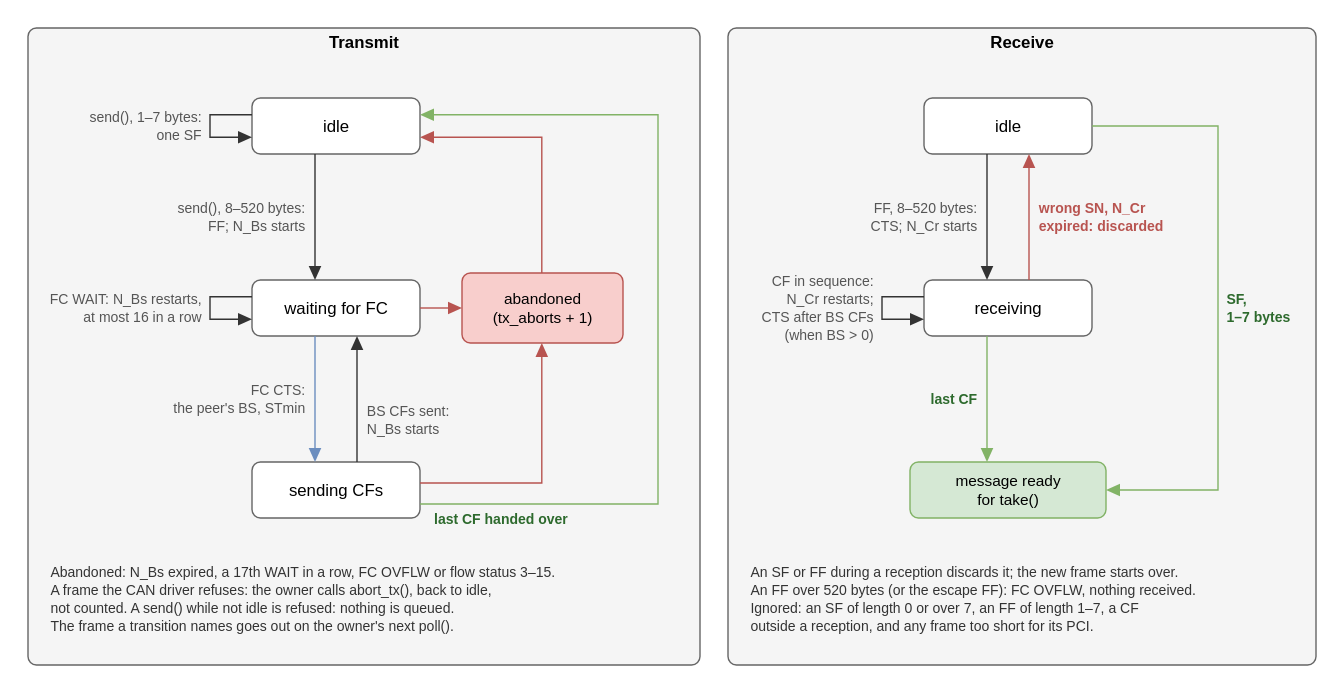
Above: docs/can-tp-states.drawio.svg in MartenH/blobly_emb (draw.io), before the change. Source tidied: cells renumbered, new cells last; positions are measured from the earlier drawing's top-left corner, leaving out a move shared by most shapes. The source it was exported from:
```xml
<mxGraphModel background="#ffffff">
  <root>
    <mxCell id="0" />
    <mxCell id="1" parent="0" />
    <mxCell id="2" value="Transmit" style="rounded=1;absoluteArcSize=1;arcSize=12;html=0;whiteSpace=wrap;fillColor=#f5f5f5;strokeColor=#666666;fontSize=12;fontColor=#000000;fontStyle=1;verticalAlign=top;spacingTop=2;" parent="1" vertex="1">
      <mxGeometry width="480" height="455" as="geometry" />
    </mxCell>
    <mxCell id="3" value="idle" style="rounded=1;absoluteArcSize=1;arcSize=12;html=0;whiteSpace=wrap;fillColor=#ffffff;strokeColor=#666666;fontSize=12;fontColor=#000000;" parent="1" vertex="1">
      <mxGeometry x="160" y="50" width="120" height="40" as="geometry" />
    </mxCell>
    <mxCell id="4" value="waiting for FC" style="rounded=1;absoluteArcSize=1;arcSize=12;html=0;whiteSpace=wrap;fillColor=#ffffff;strokeColor=#666666;fontSize=12;fontColor=#000000;" parent="1" vertex="1">
      <mxGeometry x="160" y="180" width="120" height="40" as="geometry" />
    </mxCell>
    <mxCell id="5" value="sending CFs" style="rounded=1;absoluteArcSize=1;arcSize=12;html=0;whiteSpace=wrap;fillColor=#ffffff;strokeColor=#666666;fontSize=12;fontColor=#000000;" parent="1" vertex="1">
      <mxGeometry x="160" y="310" width="120" height="40" as="geometry" />
    </mxCell>
    <mxCell id="6" value="abandoned&#10;(tx_aborts + 1)" style="rounded=1;absoluteArcSize=1;arcSize=12;html=0;whiteSpace=wrap;fillColor=#f8cecc;strokeColor=#b85450;fontSize=11;fontColor=#000000;" parent="1" vertex="1">
      <mxGeometry x="310" y="175" width="115" height="50" as="geometry" />
    </mxCell>
    <mxCell id="7" style="edgeStyle=none;html=0;rounded=0;strokeColor=#333333;endArrow=block;endFill=1;endSize=8;" parent="1" edge="1">
      <mxGeometry relative="1" as="geometry">
        <mxPoint x="160" y="62" as="sourcePoint" />
        <mxPoint x="160" y="78" as="targetPoint" />
        <Array as="points">
          <mxPoint x="130" y="62" />
          <mxPoint x="130" y="78" />
        </Array>
      </mxGeometry>
    </mxCell>
    <mxCell id="8" value="send(), 1–7 bytes:&#10;one SF" style="text;html=0;strokeColor=none;fillColor=none;align=right;verticalAlign=middle;fontSize=10;fontColor=#555555;spacingLeft=0;spacingTop=0;" parent="1" vertex="1">
      <mxGeometry x="10" y="56" width="114" height="28" as="geometry" />
    </mxCell>
    <mxCell id="9" style="edgeStyle=none;html=0;rounded=0;strokeColor=#333333;endArrow=block;endFill=1;endSize=8;" parent="1" edge="1">
      <mxGeometry relative="1" as="geometry">
        <mxPoint x="205" y="90" as="sourcePoint" />
        <mxPoint x="205" y="180" as="targetPoint" />
      </mxGeometry>
    </mxCell>
    <mxCell id="10" value="send(), 8–520 bytes:&#10;FF; N_Bs starts" style="text;html=0;strokeColor=none;fillColor=none;align=right;verticalAlign=middle;fontSize=10;fontColor=#555555;spacingLeft=0;spacingTop=0;" parent="1" vertex="1">
      <mxGeometry x="60" y="121" width="138" height="28" as="geometry" />
    </mxCell>
    <mxCell id="11" style="edgeStyle=none;html=0;rounded=0;strokeColor=#333333;endArrow=block;endFill=1;endSize=8;" parent="1" edge="1">
      <mxGeometry relative="1" as="geometry">
        <mxPoint x="160" y="192" as="sourcePoint" />
        <mxPoint x="160" y="208" as="targetPoint" />
        <Array as="points">
          <mxPoint x="130" y="192" />
          <mxPoint x="130" y="208" />
        </Array>
      </mxGeometry>
    </mxCell>
    <mxCell id="12" value="FC WAIT: N_Bs restarts,&#10;at most 16 in a row" style="text;html=0;strokeColor=none;fillColor=none;align=right;verticalAlign=middle;fontSize=10;fontColor=#555555;spacingLeft=0;spacingTop=0;" parent="1" vertex="1">
      <mxGeometry x="10" y="186" width="114" height="28" as="geometry" />
    </mxCell>
    <mxCell id="13" style="edgeStyle=none;html=0;rounded=0;strokeColor=#6c8ebf;endArrow=block;endFill=1;endSize=8;" parent="1" edge="1">
      <mxGeometry relative="1" as="geometry">
        <mxPoint x="205" y="220" as="sourcePoint" />
        <mxPoint x="205" y="310" as="targetPoint" />
      </mxGeometry>
    </mxCell>
    <mxCell id="14" value="FC CTS:&#10;the peer's BS, STmin" style="text;html=0;strokeColor=none;fillColor=none;align=right;verticalAlign=middle;fontSize=10;fontColor=#555555;spacingLeft=0;spacingTop=0;" parent="1" vertex="1">
      <mxGeometry x="60" y="251" width="138" height="28" as="geometry" />
    </mxCell>
    <mxCell id="15" style="edgeStyle=none;html=0;rounded=0;strokeColor=#333333;endArrow=block;endFill=1;endSize=8;" parent="1" edge="1">
      <mxGeometry relative="1" as="geometry">
        <mxPoint x="235" y="310" as="sourcePoint" />
        <mxPoint x="235" y="220" as="targetPoint" />
      </mxGeometry>
    </mxCell>
    <mxCell id="16" value="BS CFs sent:&#10;N_Bs starts" style="text;html=0;strokeColor=none;fillColor=none;align=left;verticalAlign=middle;fontSize=10;fontColor=#555555;spacingLeft=0;spacingTop=0;" parent="1" vertex="1">
      <mxGeometry x="242" y="266" width="110" height="28" as="geometry" />
    </mxCell>
    <mxCell id="17" style="edgeStyle=none;html=0;rounded=0;strokeColor=#b85450;endArrow=block;endFill=1;endSize=8;" parent="1" edge="1">
      <mxGeometry relative="1" as="geometry">
        <mxPoint x="280" y="200" as="sourcePoint" />
        <mxPoint x="310" y="200" as="targetPoint" />
      </mxGeometry>
    </mxCell>
    <mxCell id="18" style="edgeStyle=none;html=0;rounded=0;strokeColor=#b85450;endArrow=block;endFill=1;endSize=8;" parent="1" edge="1">
      <mxGeometry relative="1" as="geometry">
        <mxPoint x="280" y="325" as="sourcePoint" />
        <mxPoint x="367" y="225" as="targetPoint" />
        <Array as="points">
          <mxPoint x="367" y="325" />
        </Array>
      </mxGeometry>
    </mxCell>
    <mxCell id="19" style="edgeStyle=none;html=0;rounded=0;strokeColor=#b85450;endArrow=block;endFill=1;endSize=8;" parent="1" edge="1">
      <mxGeometry relative="1" as="geometry">
        <mxPoint x="367" y="175" as="sourcePoint" />
        <mxPoint x="280" y="78" as="targetPoint" />
        <Array as="points">
          <mxPoint x="367" y="78" />
        </Array>
      </mxGeometry>
    </mxCell>
    <mxCell id="20" style="edgeStyle=none;html=0;rounded=0;strokeColor=#82b366;endArrow=block;endFill=1;endSize=8;" parent="1" edge="1">
      <mxGeometry relative="1" as="geometry">
        <mxPoint x="280" y="340" as="sourcePoint" />
        <mxPoint x="280" y="62" as="targetPoint" />
        <Array as="points">
          <mxPoint x="450" y="340" />
          <mxPoint x="450" y="62" />
        </Array>
      </mxGeometry>
    </mxCell>
    <mxCell id="21" value="last CF handed over" style="text;html=0;strokeColor=none;fillColor=none;align=left;verticalAlign=middle;fontSize=10;fontColor=#2d6a2d;spacingLeft=0;spacingTop=0;fontStyle=1;" parent="1" vertex="1">
      <mxGeometry x="290" y="344" width="150" height="14" as="geometry" />
    </mxCell>
    <mxCell id="22" value="Abandoned: N_Bs expired, a 17th WAIT in a row, FC OVFLW or flow status 3–15.&#10;A frame the CAN driver refuses: the owner calls abort_tx(), back to idle,&#10;not counted. A send() while not idle is refused: nothing is queued.&#10;The frame a transition names goes out on the owner's next poll()." style="text;html=0;strokeColor=none;fillColor=none;align=left;verticalAlign=top;fontSize=10;fontColor=#333333;spacingLeft=0;spacingTop=0;" parent="1" vertex="1">
      <mxGeometry x="16" y="380" width="456" height="90" as="geometry" />
    </mxCell>
    <mxCell id="23" value="Receive" style="rounded=1;absoluteArcSize=1;arcSize=12;html=0;whiteSpace=wrap;fillColor=#f5f5f5;strokeColor=#666666;fontSize=12;fontColor=#000000;fontStyle=1;verticalAlign=top;spacingTop=2;" parent="1" vertex="1">
      <mxGeometry x="500" width="420" height="455" as="geometry" />
    </mxCell>
    <mxCell id="24" value="idle" style="rounded=1;absoluteArcSize=1;arcSize=12;html=0;whiteSpace=wrap;fillColor=#ffffff;strokeColor=#666666;fontSize=12;fontColor=#000000;" parent="1" vertex="1">
      <mxGeometry x="640" y="50" width="120" height="40" as="geometry" />
    </mxCell>
    <mxCell id="25" value="receiving" style="rounded=1;absoluteArcSize=1;arcSize=12;html=0;whiteSpace=wrap;fillColor=#ffffff;strokeColor=#666666;fontSize=12;fontColor=#000000;" parent="1" vertex="1">
      <mxGeometry x="640" y="180" width="120" height="40" as="geometry" />
    </mxCell>
    <mxCell id="26" value="message ready&#10;for take()" style="rounded=1;absoluteArcSize=1;arcSize=12;html=0;whiteSpace=wrap;fillColor=#d5e8d4;strokeColor=#82b366;fontSize=11;fontColor=#000000;" parent="1" vertex="1">
      <mxGeometry x="630" y="310" width="140" height="40" as="geometry" />
    </mxCell>
    <mxCell id="27" style="edgeStyle=none;html=0;rounded=0;strokeColor=#333333;endArrow=block;endFill=1;endSize=8;" parent="1" edge="1">
      <mxGeometry relative="1" as="geometry">
        <mxPoint x="685" y="90" as="sourcePoint" />
        <mxPoint x="685" y="180" as="targetPoint" />
      </mxGeometry>
    </mxCell>
    <mxCell id="28" value="FF, 8–520 bytes:&#10;CTS; N_Cr starts" style="text;html=0;strokeColor=none;fillColor=none;align=right;verticalAlign=middle;fontSize=10;fontColor=#555555;spacingLeft=0;spacingTop=0;" parent="1" vertex="1">
      <mxGeometry x="526" y="121" width="152" height="28" as="geometry" />
    </mxCell>
    <mxCell id="29" style="edgeStyle=none;html=0;rounded=0;strokeColor=#333333;endArrow=block;endFill=1;endSize=8;" parent="1" edge="1">
      <mxGeometry relative="1" as="geometry">
        <mxPoint x="640" y="192" as="sourcePoint" />
        <mxPoint x="640" y="208" as="targetPoint" />
        <Array as="points">
          <mxPoint x="610" y="192" />
          <mxPoint x="610" y="208" />
        </Array>
      </mxGeometry>
    </mxCell>
    <mxCell id="30" value="CF in sequence:&#10;N_Cr restarts;&#10;CTS after BS CFs&#10;(when BS &gt; 0)" style="text;html=0;strokeColor=none;fillColor=none;align=right;verticalAlign=middle;fontSize=10;fontColor=#555555;spacingLeft=0;spacingTop=0;" parent="1" vertex="1">
      <mxGeometry x="506" y="172" width="98" height="56" as="geometry" />
    </mxCell>
    <mxCell id="31" style="edgeStyle=none;html=0;rounded=0;strokeColor=#82b366;endArrow=block;endFill=1;endSize=8;" parent="1" edge="1">
      <mxGeometry relative="1" as="geometry">
        <mxPoint x="685" y="220" as="sourcePoint" />
        <mxPoint x="685" y="310" as="targetPoint" />
      </mxGeometry>
    </mxCell>
    <mxCell id="32" value="last CF" style="text;html=0;strokeColor=none;fillColor=none;align=right;verticalAlign=middle;fontSize=10;fontColor=#2d6a2d;spacingLeft=0;spacingTop=0;fontStyle=1;" parent="1" vertex="1">
      <mxGeometry x="580" y="258" width="98" height="14" as="geometry" />
    </mxCell>
    <mxCell id="33" style="edgeStyle=none;html=0;rounded=0;strokeColor=#b85450;endArrow=block;endFill=1;endSize=8;" parent="1" edge="1">
      <mxGeometry relative="1" as="geometry">
        <mxPoint x="715" y="180" as="sourcePoint" />
        <mxPoint x="715" y="90" as="targetPoint" />
      </mxGeometry>
    </mxCell>
    <mxCell id="34" value="wrong SN, N_Cr&#10;expired: discarded" style="text;html=0;strokeColor=none;fillColor=none;align=left;verticalAlign=middle;fontSize=10;fontColor=#b85450;spacingLeft=0;spacingTop=0;fontStyle=1;" parent="1" vertex="1">
      <mxGeometry x="722" y="121" width="112" height="28" as="geometry" />
    </mxCell>
    <mxCell id="35" style="edgeStyle=none;html=0;rounded=0;strokeColor=#82b366;endArrow=block;endFill=1;endSize=8;" parent="1" edge="1">
      <mxGeometry relative="1" as="geometry">
        <mxPoint x="760" y="70" as="sourcePoint" />
        <mxPoint x="770" y="330" as="targetPoint" />
        <Array as="points">
          <mxPoint x="850" y="70" />
          <mxPoint x="850" y="330" />
        </Array>
      </mxGeometry>
    </mxCell>
    <mxCell id="36" value="SF,&#10;1–7 bytes" style="text;html=0;strokeColor=none;fillColor=none;align=left;verticalAlign=middle;fontSize=10;fontColor=#2d6a2d;spacingLeft=0;spacingTop=0;fontStyle=1;" parent="1" vertex="1">
      <mxGeometry x="856" y="186" width="60" height="28" as="geometry" />
    </mxCell>
    <mxCell id="37" value="An SF or FF during a reception discards it; the new frame starts over.&#10;An FF over 520 bytes (or the escape FF): FC OVFLW, nothing received.&#10;Ignored: an SF of length 0 or over 7, an FF of length 1–7, a CF&#10;outside a reception, and any frame too short for its PCI." style="text;html=0;strokeColor=none;fillColor=none;align=left;verticalAlign=top;fontSize=10;fontColor=#333333;spacingLeft=0;spacingTop=0;" parent="1" vertex="1">
      <mxGeometry x="516" y="380" width="396" height="90" as="geometry" />
    </mxCell>
  </root>
</mxGraphModel>
```
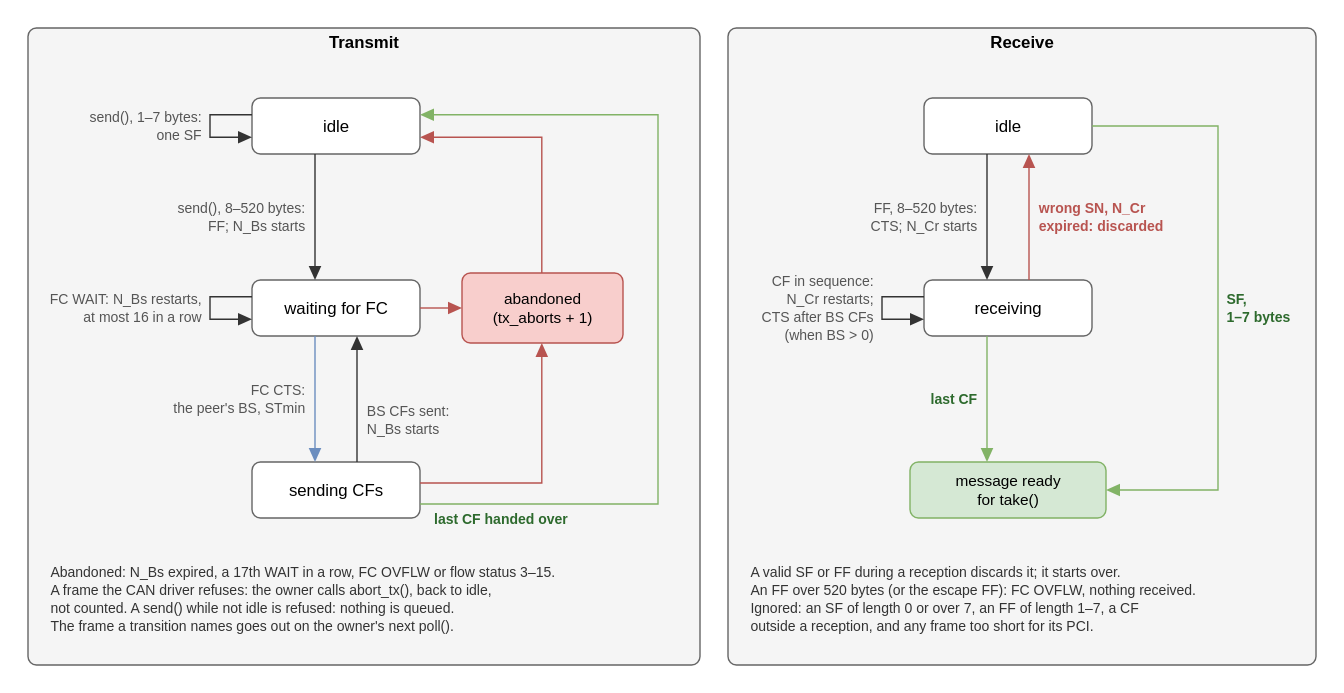
After the change.

Commit message:
can-tp: the self-review's corrections — N_Ar is not covered, only a valid SF/FF restarts, N_Cs is a performance target

Change to the diagram source:
```diff
@@ -175,7 +175,7 @@
     <mxCell id="36" value="SF,&#10;1–7 bytes" style="text;html=0;strokeColor=none;fillColor=none;align=left;verticalAlign=middle;fontSize=10;fontColor=#2d6a2d;spacingLeft=0;spacingTop=0;fontStyle=1;" parent="1" vertex="1">
       <mxGeometry x="856" y="186" width="60" height="28" as="geometry" />
     </mxCell>
-    <mxCell id="37" value="An SF or FF during a reception discards it; the new frame starts over.&#10;An FF over 520 bytes (or the escape FF): FC OVFLW, nothing received.&#10;Ignored: an SF of length 0 or over 7, an FF of length 1–7, a CF&#10;outside a reception, and any frame too short for its PCI." style="text;html=0;strokeColor=none;fillColor=none;align=left;verticalAlign=top;fontSize=10;fontColor=#333333;spacingLeft=0;spacingTop=0;" parent="1" vertex="1">
+    <mxCell id="37" value="A valid SF or FF during a reception discards it; it starts over.&#10;An FF over 520 bytes (or the escape FF): FC OVFLW, nothing received.&#10;Ignored: an SF of length 0 or over 7, an FF of length 1–7, a CF&#10;outside a reception, and any frame too short for its PCI." style="text;html=0;strokeColor=none;fillColor=none;align=left;verticalAlign=top;fontSize=10;fontColor=#333333;spacingLeft=0;spacingTop=0;" parent="1" vertex="1">
       <mxGeometry x="516" y="380" width="396" height="90" as="geometry" />
     </mxCell>
   </root>
```
